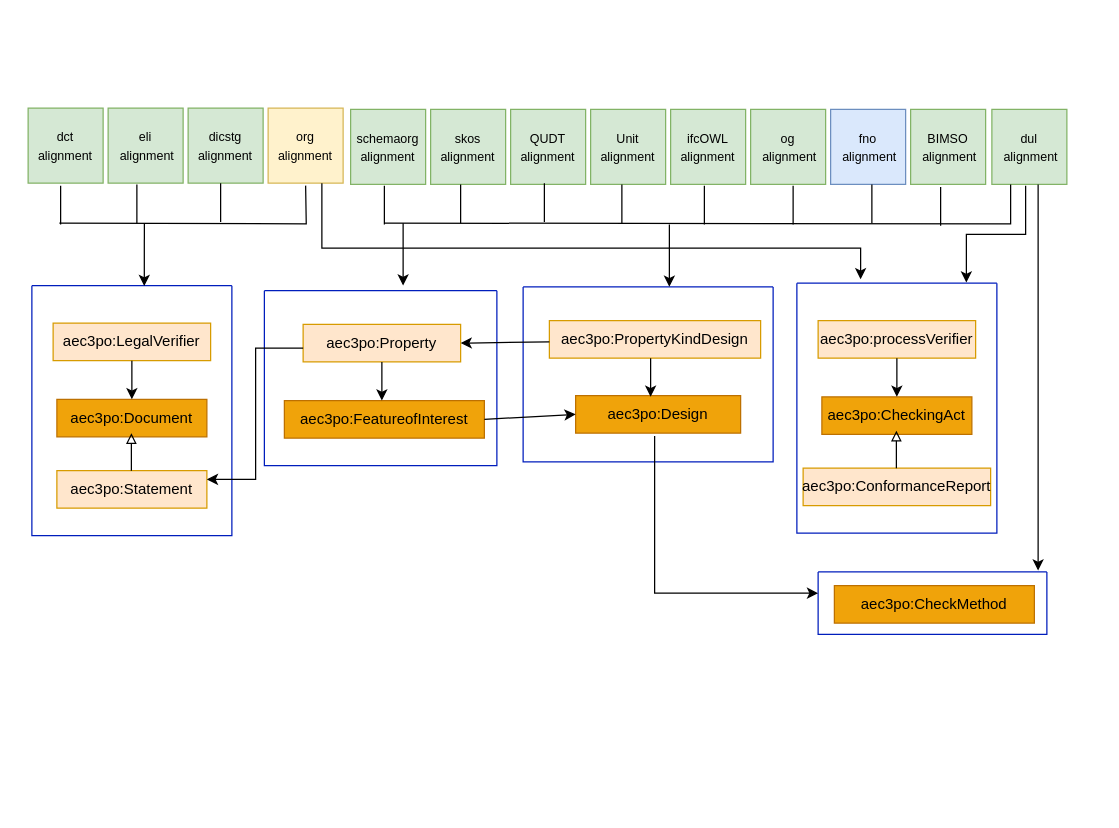
Above: page "Page-14" (14 of 14) of resources/aec3po.drawio in Accord-Project/aec3po (draw.io), before the change. Source tidied: cells renumbered, new cells numbered last; positions are measured from the earlier drawing's top-left corner, leaving out a move shared by most shapes. Both pictures are drawn from the tidied source at 125%, with x=0, y=0 at pixel (28, 108).
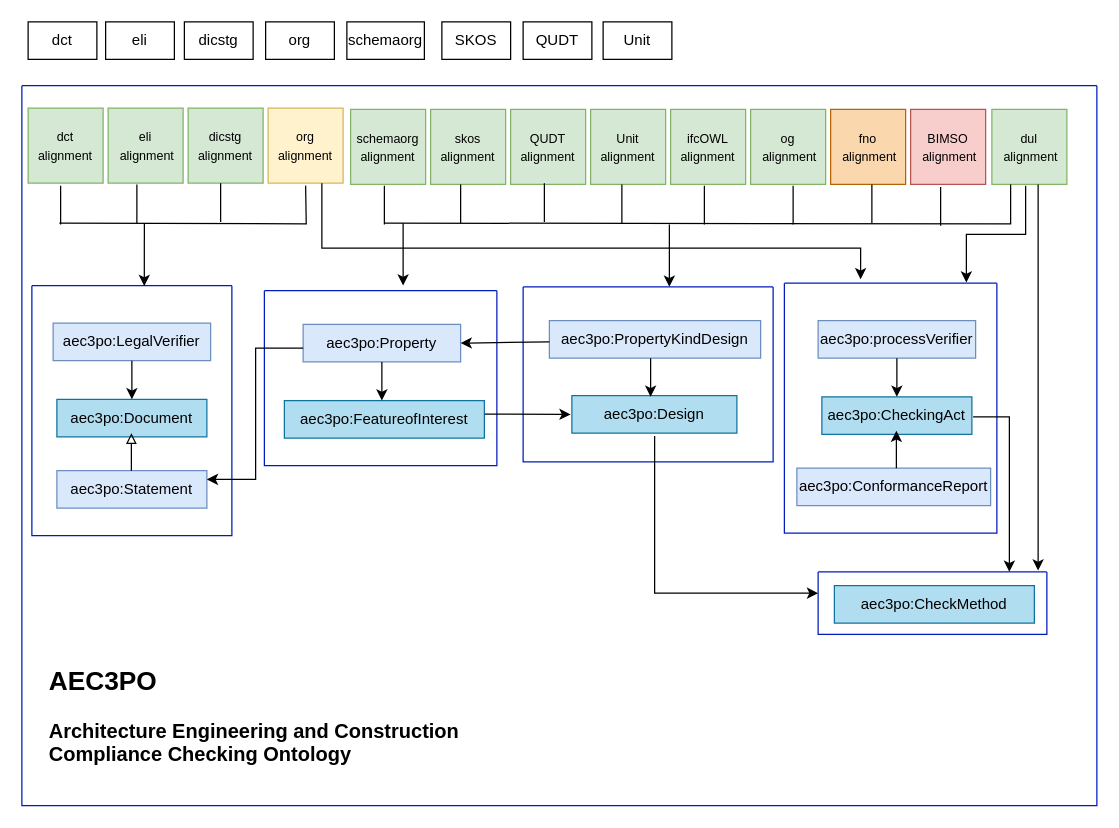
The same diagram, later.

Unchanged cells that the change refers to:
```xml
<mxCell id="23" style="swimlane;startSize=0;fillColor=#0050EF;fontColor=#ffffff;strokeColor=#001DBC;" parent="1" vertex="1">
  <mxGeometry x="632" y="371" width="183" height="50" as="geometry" />
</mxCell>
```

What changed in the source:
```diff
@@
-    <mxCell id="2" value="aec3po:Statement" style="rounded=0;whiteSpace=wrap;html=1;fillColor=#ffe6cc;strokeColor=#d79b00;" parent="1" vertex="1">
+    <mxCell id="2" value="aec3po:Statement" style="rounded=0;whiteSpace=wrap;html=1;fillColor=#dae8fc;strokeColor=#6c8ebf;" parent="1" vertex="1">
       <mxGeometry x="23" y="290" width="120" height="30" as="geometry" />
     </mxCell>
-    <mxCell id="3" value="aec3po:LegalVerifier" style="rounded=0;whiteSpace=wrap;html=1;snapToPoint=1;points=[[0.1,0],[0.2,0],[0.3,0],[0.4,0],[0.5,0],[0.6,0],[0.7,0],[0.8,0],[0.9,0],[0,0.1],[0,0.3],[0,0.5],[0,0.7],[0,0.9],[0.1,1],[0.2,1],[0.3,1],[0.4,1],[0.5,1],[0.6,1],[0.7,1],[0.8,1],[0.9,1],[1,0.1],[1,0.3],[1,0.5],[1,0.7],[1,0.9]];fillColor=#ffe6cc;strokeColor=#d79b00;" parent="1" vertex="1">
+    <mxCell id="3" value="aec3po:LegalVerifier" style="rounded=0;whiteSpace=wrap;html=1;snapToPoint=1;points=[[0.1,0],[0.2,0],[0.3,0],[0.4,0],[0.5,0],[0.6,0],[0.7,0],[0.8,0],[0.9,0],[0,0.1],[0,0.3],[0,0.5],[0,0.7],[0,0.9],[0.1,1],[0.2,1],[0.3,1],[0.4,1],[0.5,1],[0.6,1],[0.7,1],[0.8,1],[0.9,1],[1,0.1],[1,0.3],[1,0.5],[1,0.7],[1,0.9]];fillColor=#dae8fc;strokeColor=#6c8ebf;" parent="1" vertex="1">
       <mxGeometry x="20" y="172" width="126" height="30" as="geometry" />
     </mxCell>
-    <mxCell id="4" value="aec3po:Document" style="rounded=0;whiteSpace=wrap;html=1;snapToPoint=1;points=[[0.1,0],[0.2,0],[0.3,0],[0.4,0],[0.5,0],[0.6,0],[0.7,0],[0.8,0],[0.9,0],[0,0.1],[0,0.3],[0,0.5],[0,0.7],[0,0.9],[0.1,1],[0.2,1],[0.3,1],[0.4,1],[0.5,1],[0.6,1],[0.7,1],[0.8,1],[0.9,1],[1,0.1],[1,0.3],[1,0.5],[1,0.7],[1,0.9]];shadow=0;strokeColor=#BD7000;fillColor=#f0a30a;fontColor=#000000;" parent="1" vertex="1">
+    <mxCell id="4" value="aec3po:Document" style="rounded=0;whiteSpace=wrap;html=1;snapToPoint=1;points=[[0.1,0],[0.2,0],[0.3,0],[0.4,0],[0.5,0],[0.6,0],[0.7,0],[0.8,0],[0.9,0],[0,0.1],[0,0.3],[0,0.5],[0,0.7],[0,0.9],[0.1,1],[0.2,1],[0.3,1],[0.4,1],[0.5,1],[0.6,1],[0.7,1],[0.8,1],[0.9,1],[1,0.1],[1,0.3],[1,0.5],[1,0.7],[1,0.9]];shadow=0;strokeColor=#10739e;fillColor=#b1ddf0;" parent="1" vertex="1">
       <mxGeometry x="23" y="233" width="120" height="30" as="geometry" />
     </mxCell>
@@
-    <mxCell id="8" value="aec3po:Property" style="rounded=0;whiteSpace=wrap;html=1;snapToPoint=1;points=[[0.1,0],[0.2,0],[0.3,0],[0.4,0],[0.5,0],[0.6,0],[0.7,0],[0.8,0],[0.9,0],[0,0.1],[0,0.3],[0,0.5],[0,0.7],[0,0.9],[0.1,1],[0.2,1],[0.3,1],[0.4,1],[0.5,1],[0.6,1],[0.7,1],[0.8,1],[0.9,1],[1,0.1],[1,0.3],[1,0.5],[1,0.7],[1,0.9]];fillColor=#ffe6cc;strokeColor=#d79b00;" parent="1" vertex="1">
+    <mxCell id="8" value="aec3po:Property" style="rounded=0;whiteSpace=wrap;html=1;snapToPoint=1;points=[[0.1,0],[0.2,0],[0.3,0],[0.4,0],[0.5,0],[0.6,0],[0.7,0],[0.8,0],[0.9,0],[0,0.1],[0,0.3],[0,0.5],[0,0.7],[0,0.9],[0.1,1],[0.2,1],[0.3,1],[0.4,1],[0.5,1],[0.6,1],[0.7,1],[0.8,1],[0.9,1],[1,0.1],[1,0.3],[1,0.5],[1,0.7],[1,0.9]];fillColor=#dae8fc;strokeColor=#6c8ebf;" parent="1" vertex="1">
       <mxGeometry x="220" y="173" width="126" height="30" as="geometry" />
     </mxCell>
-    <mxCell id="9" value="aec3po:FeatureofInterest" style="rounded=0;whiteSpace=wrap;html=1;snapToPoint=1;points=[[0.1,0],[0.2,0],[0.3,0],[0.4,0],[0.5,0],[0.6,0],[0.7,0],[0.8,0],[0.9,0],[0,0.1],[0,0.3],[0,0.5],[0,0.7],[0,0.9],[0.1,1],[0.2,1],[0.3,1],[0.4,1],[0.5,1],[0.6,1],[0.7,1],[0.8,1],[0.9,1],[1,0.1],[1,0.3],[1,0.5],[1,0.7],[1,0.9]];shadow=0;strokeColor=#BD7000;fillColor=#f0a30a;fontColor=#000000;" parent="1" vertex="1">
+    <mxCell id="9" value="aec3po:FeatureofInterest" style="rounded=0;whiteSpace=wrap;html=1;snapToPoint=1;points=[[0.1,0],[0.2,0],[0.3,0],[0.4,0],[0.5,0],[0.6,0],[0.7,0],[0.8,0],[0.9,0],[0,0.1],[0,0.3],[0,0.5],[0,0.7],[0,0.9],[0.1,1],[0.2,1],[0.3,1],[0.4,1],[0.5,1],[0.6,1],[0.7,1],[0.8,1],[0.9,1],[1,0.1],[1,0.3],[1,0.5],[1,0.7],[1,0.9]];shadow=0;strokeColor=#10739e;fillColor=#b1ddf0;" parent="1" vertex="1">
       <mxGeometry x="205" y="234" width="160" height="30" as="geometry" />
     </mxCell>
@@
-    <mxCell id="12" value="aec3po:PropertyKindDesign" style="rounded=0;whiteSpace=wrap;html=1;fillColor=#ffe6cc;strokeColor=#d79b00;" parent="1" vertex="1">
+    <mxCell id="12" value="aec3po:PropertyKindDesign" style="rounded=0;whiteSpace=wrap;html=1;fillColor=#dae8fc;strokeColor=#6c8ebf;" parent="1" vertex="1">
       <mxGeometry x="417" y="170" width="169" height="30" as="geometry" />
     </mxCell>
-    <mxCell id="13" value="aec3po:Design" style="rounded=0;whiteSpace=wrap;html=1;snapToPoint=1;points=[[0.1,0],[0.2,0],[0.3,0],[0.4,0],[0.5,0],[0.6,0],[0.7,0],[0.8,0],[0.9,0],[0,0.1],[0,0.3],[0,0.5],[0,0.7],[0,0.9],[0.1,1],[0.2,1],[0.3,1],[0.4,1],[0.5,1],[0.6,1],[0.7,1],[0.8,1],[0.9,1],[1,0.1],[1,0.3],[1,0.5],[1,0.7],[1,0.9]];shadow=0;strokeColor=#BD7000;fillColor=#f0a30a;fontColor=#000000;" parent="1" vertex="1">
-      <mxGeometry x="438" y="230" width="132" height="30" as="geometry" />
+    <mxCell id="13" value="aec3po:Design" style="rounded=0;whiteSpace=wrap;html=1;snapToPoint=1;points=[[0.1,0],[0.2,0],[0.3,0],[0.4,0],[0.5,0],[0.6,0],[0.7,0],[0.8,0],[0.9,0],[0,0.1],[0,0.3],[0,0.5],[0,0.7],[0,0.9],[0.1,1],[0.2,1],[0.3,1],[0.4,1],[0.5,1],[0.6,1],[0.7,1],[0.8,1],[0.9,1],[1,0.1],[1,0.3],[1,0.5],[1,0.7],[1,0.9]];shadow=0;strokeColor=#10739e;fillColor=#b1ddf0;" parent="1" vertex="1">
+      <mxGeometry x="435" y="230" width="132" height="30" as="geometry" />
     </mxCell>
@@
-    <mxCell id="16" value="aec3po:ConformanceReport" style="rounded=0;whiteSpace=wrap;html=1;fillColor=#ffe6cc;strokeColor=#d79b00;" parent="1" vertex="1">
-      <mxGeometry x="620" y="288" width="150" height="30" as="geometry" />
+    <mxCell id="16" value="aec3po:ConformanceReport" style="rounded=0;whiteSpace=wrap;html=1;fillColor=#dae8fc;strokeColor=#6c8ebf;" parent="1" vertex="1">
+      <mxGeometry x="615" y="288" width="155" height="30" as="geometry" />
     </mxCell>
-    <mxCell id="17" value="aec3po:processVerifier" style="rounded=0;whiteSpace=wrap;html=1;snapToPoint=1;points=[[0.1,0],[0.2,0],[0.3,0],[0.4,0],[0.5,0],[0.6,0],[0.7,0],[0.8,0],[0.9,0],[0,0.1],[0,0.3],[0,0.5],[0,0.7],[0,0.9],[0.1,1],[0.2,1],[0.3,1],[0.4,1],[0.5,1],[0.6,1],[0.7,1],[0.8,1],[0.9,1],[1,0.1],[1,0.3],[1,0.5],[1,0.7],[1,0.9]];fillColor=#ffe6cc;strokeColor=#d79b00;" parent="1" vertex="1">
+    <mxCell id="17" value="aec3po:processVerifier" style="rounded=0;whiteSpace=wrap;html=1;snapToPoint=1;points=[[0.1,0],[0.2,0],[0.3,0],[0.4,0],[0.5,0],[0.6,0],[0.7,0],[0.8,0],[0.9,0],[0,0.1],[0,0.3],[0,0.5],[0,0.7],[0,0.9],[0.1,1],[0.2,1],[0.3,1],[0.4,1],[0.5,1],[0.6,1],[0.7,1],[0.8,1],[0.9,1],[1,0.1],[1,0.3],[1,0.5],[1,0.7],[1,0.9]];fillColor=#dae8fc;strokeColor=#6c8ebf;" parent="1" vertex="1">
       <mxGeometry x="632" y="170" width="126" height="30" as="geometry" />
     </mxCell>
-    <mxCell id="18" value="aec3po:CheckingAct" style="rounded=0;whiteSpace=wrap;html=1;snapToPoint=1;points=[[0.1,0],[0.2,0],[0.3,0],[0.4,0],[0.5,0],[0.6,0],[0.7,0],[0.8,0],[0.9,0],[0,0.1],[0,0.3],[0,0.5],[0,0.7],[0,0.9],[0.1,1],[0.2,1],[0.3,1],[0.4,1],[0.5,1],[0.6,1],[0.7,1],[0.8,1],[0.9,1],[1,0.1],[1,0.3],[1,0.5],[1,0.7],[1,0.9]];shadow=0;strokeColor=#BD7000;fillColor=#f0a30a;fontColor=#000000;" parent="1" vertex="1">
+    <mxCell id="18" value="aec3po:CheckingAct" style="rounded=0;whiteSpace=wrap;html=1;snapToPoint=1;points=[[0.1,0],[0.2,0],[0.3,0],[0.4,0],[0.5,0],[0.6,0],[0.7,0],[0.8,0],[0.9,0],[0,0.1],[0,0.3],[0,0.5],[0,0.7],[0,0.9],[0.1,1],[0.2,1],[0.3,1],[0.4,1],[0.5,1],[0.6,1],[0.7,1],[0.8,1],[0.9,1],[1,0.1],[1,0.3],[1,0.5],[1,0.7],[1,0.9]];shadow=0;strokeColor=#10739e;fillColor=#b1ddf0;" parent="1" vertex="1">
       <mxGeometry x="635" y="231" width="120" height="30" as="geometry" />
     </mxCell>
@@
-    <mxCell id="20" style="endArrow=block;html=1;rounded=0;endFill=0;" parent="1" edge="1">
+    <mxCell id="20" style="endArrow=classic;html=1;rounded=0;endFill=1;" parent="1" edge="1">
       <mxGeometry relative="1" as="geometry">
         <mxPoint x="694.6" y="288" as="sourcePoint" />
         <mxPoint x="694.6" y="258" as="targetPoint" />
       </mxGeometry>
     </mxCell>
     <mxCell id="21" style="swimlane;startSize=0;fillColor=#0050EF;fontColor=#ffffff;strokeColor=#001DBC;" parent="1" vertex="1">
-      <mxGeometry x="615" y="140" width="160" height="200" as="geometry" />
+      <mxGeometry x="605" y="140" width="170" height="200" as="geometry" />
     </mxCell>
-    <mxCell id="22" value="aec3po:CheckMethod" style="rounded=0;whiteSpace=wrap;html=1;shadow=0;strokeColor=#BD7000;fillColor=#f0a30a;fontColor=#000000;" parent="1" vertex="1">
+    <mxCell id="22" value="aec3po:CheckMethod" style="rounded=0;whiteSpace=wrap;html=1;shadow=0;strokeColor=#10739e;fillColor=#b1ddf0;" parent="1" vertex="1">
       <mxGeometry x="645" y="382" width="160" height="30" as="geometry" />
     </mxCell>
@@
-    <mxCell id="39" value="&lt;font style=&quot;font-size: 10px;&quot;&gt;fno&lt;br&gt;&amp;nbsp;alignment&lt;/font&gt;" style="whiteSpace=wrap;html=1;fillColor=#dae8fc;strokeColor=#6c8ebf;" parent="1" vertex="1">
+    <mxCell id="39" value="&lt;font style=&quot;font-size: 10px;&quot;&gt;fno&lt;br&gt;&amp;nbsp;alignment&lt;/font&gt;" style="whiteSpace=wrap;html=1;fillColor=#fad7ac;strokeColor=#b46504;" parent="1" vertex="1">
       <mxGeometry x="642" y="1" width="60" height="60" as="geometry" />
     </mxCell>
-    <mxCell id="40" value="&lt;font style=&quot;font-size: 10px;&quot;&gt;BIMSO&lt;br&gt;&amp;nbsp;alignment&lt;/font&gt;" style="whiteSpace=wrap;html=1;fillColor=#d5e8d4;strokeColor=#82b366;" parent="1" vertex="1">
+    <mxCell id="40" value="&lt;font style=&quot;font-size: 10px;&quot;&gt;BIMSO&lt;br&gt;&amp;nbsp;alignment&lt;/font&gt;" style="whiteSpace=wrap;html=1;fillColor=#f8cecc;strokeColor=#b85450;" parent="1" vertex="1">
       <mxGeometry x="706" y="1" width="60" height="60" as="geometry" />
     </mxCell>
@@
-    <mxCell id="58" style="endArrow=classic;html=1;rounded=0;entryX=0;entryY=0.5;entryDx=0;entryDy=0;exitX=1;exitY=0.5;exitDx=0;exitDy=0;" parent="1" edge="1" source="9" target="13">
-      <mxGeometry relative="1" as="geometry" />
+    <mxCell id="58" style="endArrow=classic;html=1;rounded=0;entryX=0;entryY=0.5;entryDx=0;entryDy=0;exitX=0.97;exitY=0.706;exitDx=0;exitDy=0;exitPerimeter=0;" parent="1" edge="1">
+      <mxGeometry relative="1" as="geometry">
+        <mxPoint x="365.4" y="244.8" as="sourcePoint" />
+        <mxPoint x="434" y="245" as="targetPoint" />
+      </mxGeometry>
     </mxCell>
@@
+    <mxCell id="60" style="endArrow=classic;html=1;rounded=0;exitX=1;exitY=0.7;exitDx=0;exitDy=0;edgeStyle=elbowEdgeStyle;" parent="1" edge="1" target="23">
+      <mxGeometry relative="1" as="geometry">
+        <mxPoint x="756" y="247" as="sourcePoint" />
+        <Array as="points">
+          <mxPoint x="785" y="312" />
+        </Array>
+      </mxGeometry>
+    </mxCell>
+    <mxCell id="61" style="swimlane;startSize=0;fillColor=#0050EF;fontColor=#ffffff;strokeColor=#001DBC;" parent="1" vertex="1">
+      <mxGeometry x="-5" y="-18" width="860" height="576" as="geometry" />
+    </mxCell>
+    <mxCell id="62" value="&lt;h1 style=&quot;&quot;&gt;&lt;font style=&quot;font-size: 21px;&quot;&gt;AEC3PO&lt;/font&gt;&lt;/h1&gt;&lt;p style=&quot;font-size: 16px;&quot;&gt;&lt;font style=&quot;font-size: 16px;&quot;&gt;&lt;b&gt;Architecture Engineering and Construction Compliance Checking Ontology&lt;/b&gt;&lt;/font&gt;&lt;/p&gt;" style="text;html=1;strokeColor=none;fillColor=none;spacing=5;spacingTop=-20;whiteSpace=wrap;overflow=hidden;rounded=0;" parent="61" vertex="1">
+      <mxGeometry x="17" y="456" width="423" height="120" as="geometry" />
+    </mxCell>
+    <mxCell id="63" value="dct" style="rounded=0;whiteSpace=wrap;html=1;" parent="1" vertex="1">
+      <mxGeometry y="-69" width="55" height="30" as="geometry" />
+    </mxCell>
+    <mxCell id="64" value="eli" style="rounded=0;whiteSpace=wrap;html=1;" parent="1" vertex="1">
+      <mxGeometry x="62" y="-69" width="55" height="30" as="geometry" />
+    </mxCell>
+    <mxCell id="65" value="dicstg" style="rounded=0;whiteSpace=wrap;html=1;" parent="1" vertex="1">
+      <mxGeometry x="125" y="-69" width="55" height="30" as="geometry" />
+    </mxCell>
+    <mxCell id="66" value="org" style="rounded=0;whiteSpace=wrap;html=1;" parent="1" vertex="1">
+      <mxGeometry x="190" y="-69" width="55" height="30" as="geometry" />
+    </mxCell>
+    <mxCell id="67" value="schemaorg" style="rounded=0;whiteSpace=wrap;html=1;" parent="1" vertex="1">
+      <mxGeometry x="255" y="-69" width="62" height="30" as="geometry" />
+    </mxCell>
+    <mxCell id="68" value="SKOS" style="rounded=0;whiteSpace=wrap;html=1;" parent="1" vertex="1">
+      <mxGeometry x="331" y="-69" width="55" height="30" as="geometry" />
+    </mxCell>
+    <mxCell id="69" value="QUDT" style="rounded=0;whiteSpace=wrap;html=1;" parent="1" vertex="1">
+      <mxGeometry x="396" y="-69" width="55" height="30" as="geometry" />
+    </mxCell>
+    <mxCell id="70" value="Unit" style="rounded=0;whiteSpace=wrap;html=1;" parent="1" vertex="1">
+      <mxGeometry x="460" y="-69" width="55" height="30" as="geometry" />
+    </mxCell>
```
